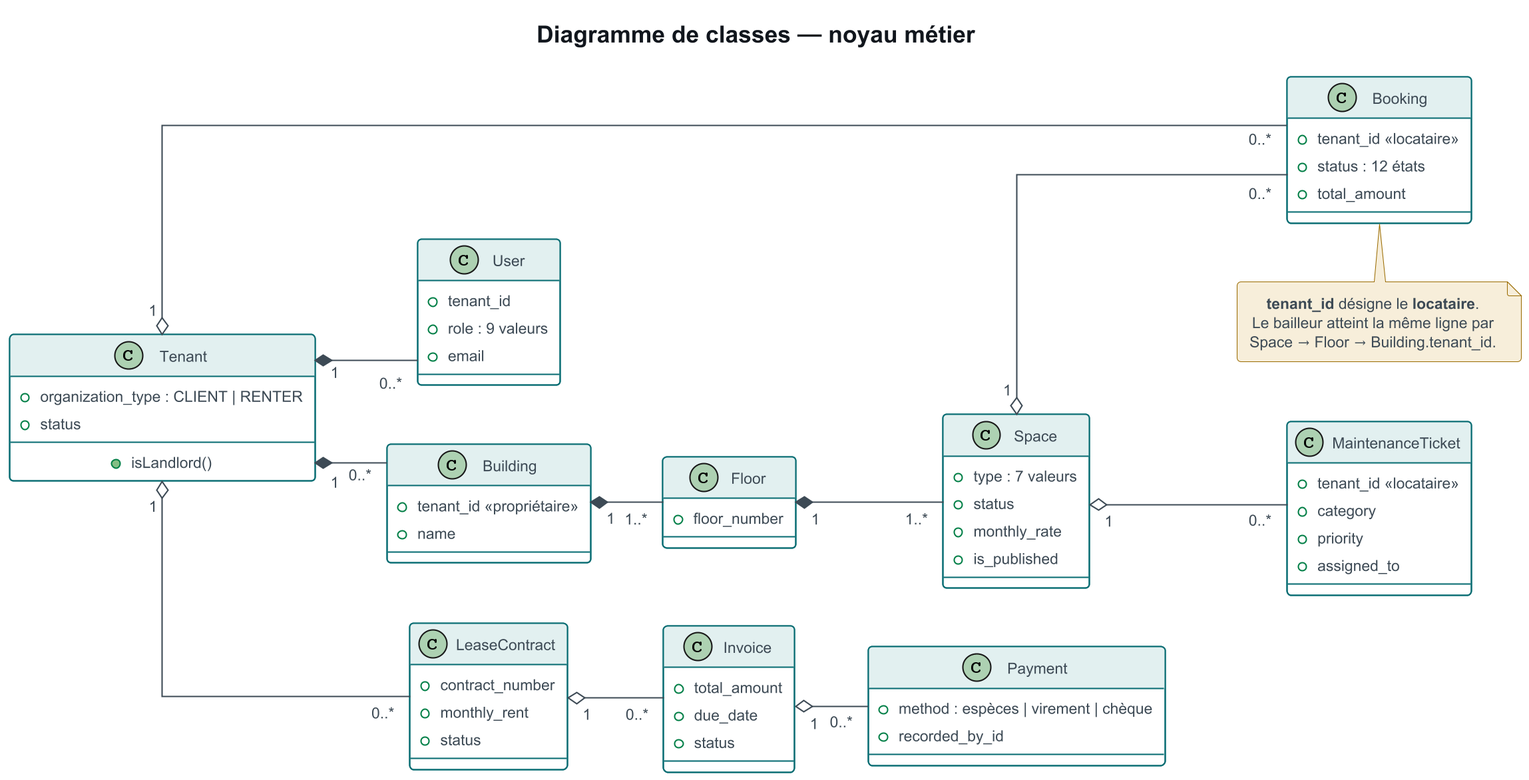
Above: docs/diagrams/02b-class-diagram-presentation.png in marwannhamed/pfe (PlantUML), before the change.
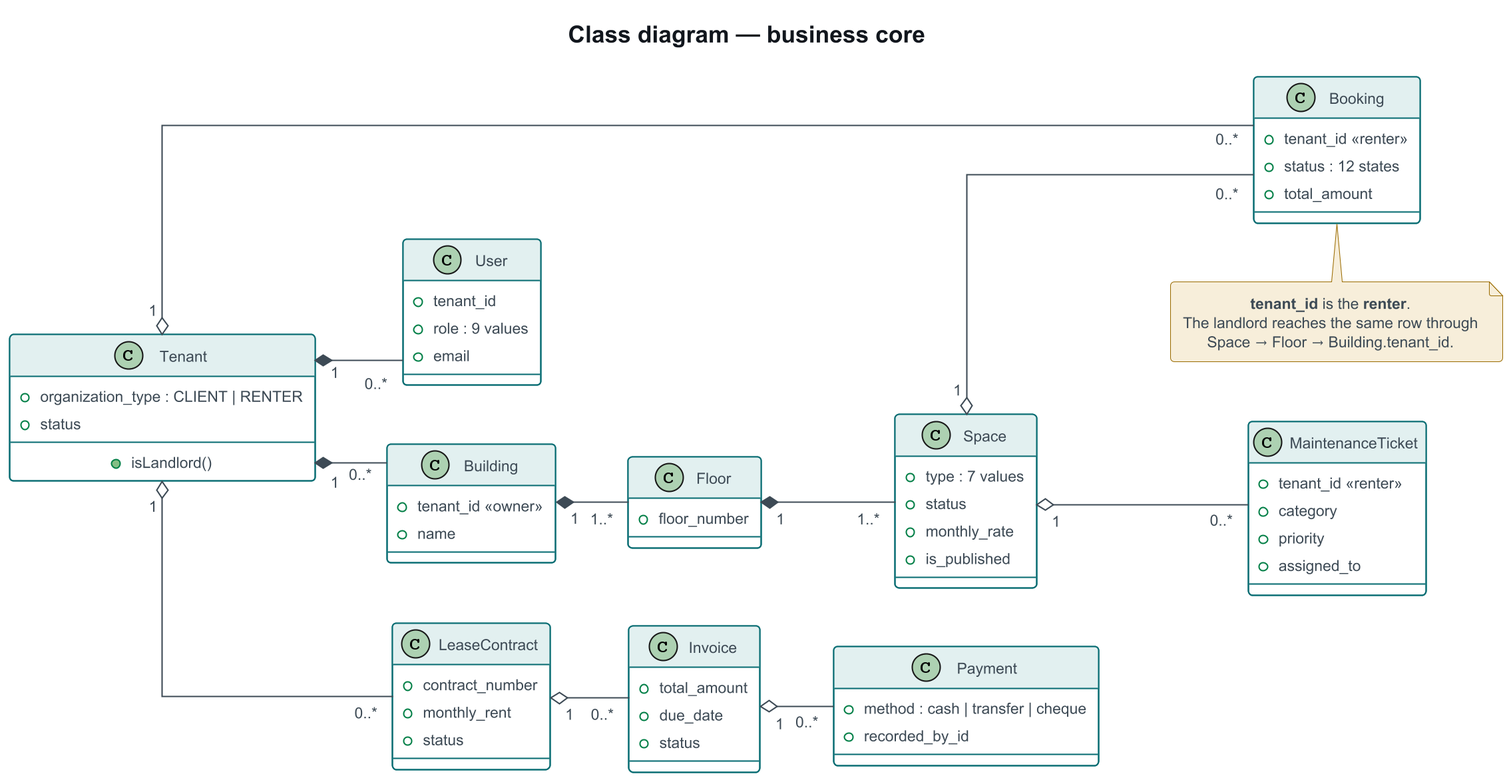
Later version of the same file.

The edit, as a diff of the source:
```diff
@@ -2,7 +2,7 @@
 !include _theme.puml
 
 
-title Diagramme de classes — noyau métier
+title Class diagram — business core
 
 left to right direction
 skinparam linetype ortho
@@ -16,12 +16,12 @@
 
 class User {
   +tenant_id
-  +role : 9 valeurs
+  +role : 9 values
   +email
 }
 
 class Building {
-  +tenant_id <<propriétaire>>
+  +tenant_id <<owner>>
   +name
 }
 
@@ -30,15 +30,15 @@
 }
 
 class Space {
-  +type : 7 valeurs
+  +type : 7 values
   +status
   +monthly_rate
   +is_published
 }
 
 class Booking {
-  +tenant_id <<locataire>>
-  +status : 12 états
+  +tenant_id <<renter>>
+  +status : 12 states
   +total_amount
 }
 
@@ -55,12 +55,12 @@
 }
 
 class Payment {
-  +method : espèces | virement | chèque
+  +method : cash | transfer | cheque
   +recorded_by_id
 }
 
 class MaintenanceTicket {
-  +tenant_id <<locataire>>
+  +tenant_id <<renter>>
   +category
   +priority
   +assigned_to
@@ -78,8 +78,8 @@
 Space "1" o-- "0..*" MaintenanceTicket
 
 note bottom of Booking
-  <b>tenant_id</b> désigne le <b>locataire</b>.
-  Le bailleur atteint la même ligne par
+  <b>tenant_id</b> is the <b>renter</b>.
+  The landlord reaches the same row through
   Space → Floor → Building.tenant_id.
 end note
 
```
